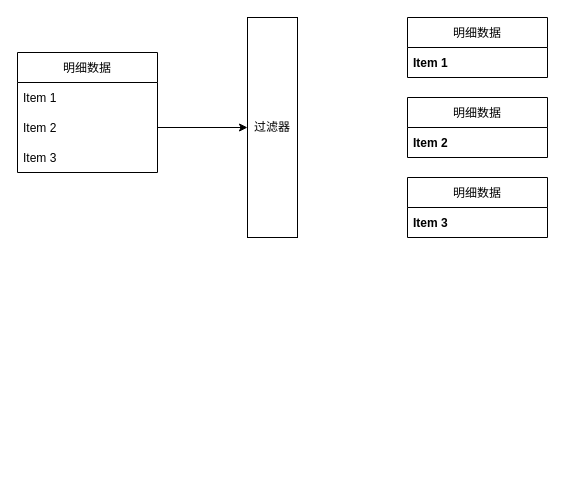
Above: 用户体验预警模型.drawio in ChrisFynnWang/algorithm (draw.io), before the change. Source tidied: cells renumbered, new cells numbered last; positions are measured from the earlier drawing's top-left corner, leaving out a move shared by most shapes. Both pictures are drawn from the tidied source at 100%, with x=0, y=0 at pixel (17, 17).
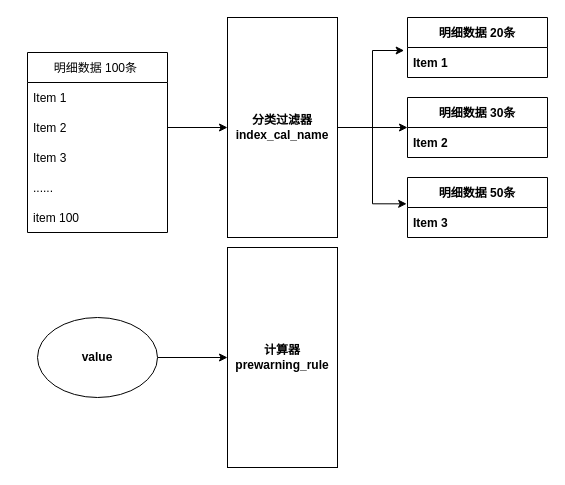
The same diagram, later.

Commit message (it also covers changes not shown here):
更新用户体验预警模型.drawio

The change refers to these unchanged cells:
```xml
<mxCell id="9" value="Item 1" style="text;strokeColor=none;fillColor=none;align=left;verticalAlign=middle;spacingLeft=4;spacingRight=4;overflow=hidden;points=[[0,0.5],[1,0.5]];portConstraint=eastwest;fontStyle=1;" parent="8" vertex="1">
  <mxGeometry y="30" width="140" height="30" as="geometry" />
</mxCell>
<mxCell id="13" value="Item 3" style="text;strokeColor=none;fillColor=none;align=left;verticalAlign=middle;spacingLeft=4;spacingRight=4;overflow=hidden;points=[[0,0.5],[1,0.5]];portConstraint=eastwest;fontStyle=1;" parent="12" vertex="1">
  <mxGeometry y="30" width="140" height="30" as="geometry" />
</mxCell>
```

Change to the diagram source:
```diff
@@
+    <mxCell id="14" style="edgeStyle=orthogonalEdgeStyle;rounded=0;jettySize=auto;html=1;exitX=1;exitY=0.5;exitDx=0;exitDy=0;entryX=-0.024;entryY=0.1;entryDx=0;entryDy=0;entryPerimeter=0;" parent="1" edge="1" source="2" target="9">
+      <mxGeometry relative="1" as="geometry" />
+    </mxCell>
+    <mxCell id="15" style="edgeStyle=orthogonalEdgeStyle;rounded=0;jettySize=auto;html=1;exitX=1;exitY=0.5;exitDx=0;exitDy=0;entryX=0;entryY=0.5;entryDx=0;entryDy=0;" parent="1" edge="1" source="2" target="10">
+      <mxGeometry relative="1" as="geometry" />
+    </mxCell>
+    <mxCell id="16" style="edgeStyle=orthogonalEdgeStyle;rounded=0;jettySize=auto;html=1;exitX=1;exitY=0.5;exitDx=0;exitDy=0;entryX=-0.006;entryY=-0.122;entryDx=0;entryDy=0;entryPerimeter=0;" parent="1" edge="1" source="2" target="13">
+      <mxGeometry relative="1" as="geometry" />
+    </mxCell>
-    <mxCell id="2" value="过滤器" style="rounded=0;whiteSpace=wrap;html=1;" parent="1" vertex="1">
-      <mxGeometry x="230" width="50" height="220" as="geometry" />
+    <mxCell id="2" value="&lt;b&gt;分类过滤器&lt;br&gt;index_cal_name&lt;/b&gt;" style="rounded=0;whiteSpace=wrap;html=1;" parent="1" vertex="1">
+      <mxGeometry x="210" width="110" height="220" as="geometry" />
     </mxCell>
-    <mxCell id="3" value="明细数据" style="swimlane;fontStyle=0;horizontal=1;startSize=30;" parent="1" vertex="1">
-      <mxGeometry y="35" width="140" height="120" as="geometry" />
+    <mxCell id="3" value="明细数据 100条 " style="swimlane;fontStyle=0;horizontal=1;startSize=30;" parent="1" vertex="1">
+      <mxGeometry x="10" y="35" width="140" height="180" as="geometry" />
     </mxCell>
@@
+    <mxCell id="17" value="......" style="text;strokeColor=none;fillColor=none;align=left;verticalAlign=middle;spacingLeft=4;spacingRight=4;overflow=hidden;" parent="3" vertex="1">
+      <mxGeometry y="120" width="140" height="30" as="geometry" />
+    </mxCell>
+    <mxCell id="18" value="item 100" style="text;strokeColor=none;fillColor=none;align=left;verticalAlign=middle;spacingLeft=4;spacingRight=4;overflow=hidden;" parent="3" vertex="1">
+      <mxGeometry y="150" width="140" height="30" as="geometry" />
+    </mxCell>
@@
-    <mxCell id="8" value="明细数据" style="swimlane;fontStyle=0;horizontal=1;startSize=30;" parent="1" vertex="1">
+    <mxCell id="8" value="明细数据 20条" style="swimlane;fontStyle=1;horizontal=1;startSize=30;" parent="1" vertex="1">
       <mxGeometry x="390" width="140" height="60" as="geometry" />
     </mxCell>
@@
-    <mxCell id="10" value="明细数据" style="swimlane;fontStyle=0;horizontal=1;startSize=30;" parent="1" vertex="1">
+    <mxCell id="10" value="明细数据 30条" style="swimlane;fontStyle=1;horizontal=1;startSize=30;" parent="1" vertex="1">
       <mxGeometry x="390" y="80" width="140" height="60" as="geometry" />
     </mxCell>
@@
-    <mxCell id="12" value="明细数据" style="swimlane;fontStyle=0;horizontal=1;startSize=30;" parent="1" vertex="1">
+    <mxCell id="12" value="明细数据 50条" style="swimlane;fontStyle=1;horizontal=1;startSize=30;" parent="1" vertex="1">
       <mxGeometry x="390" y="160" width="140" height="60" as="geometry" />
     </mxCell>
@@
+    <mxCell id="19" style="edgeStyle=orthogonalEdgeStyle;rounded=0;jettySize=auto;html=1;exitX=1;exitY=0.5;exitDx=0;exitDy=0;entryX=0;entryY=0.5;entryDx=0;entryDy=0;" parent="1" edge="1" source="20" target="21">
+      <mxGeometry relative="1" as="geometry" />
+    </mxCell>
+    <mxCell id="20" value="value" style="ellipse;whiteSpace=wrap;html=1;fontStyle=1;" parent="1" vertex="1">
+      <mxGeometry x="20" y="300" width="120" height="80" as="geometry" />
+    </mxCell>
+    <mxCell id="21" value="&lt;b&gt;计算器&lt;/b&gt;&lt;br&gt;&lt;b&gt;prewarning_rule&lt;/b&gt;" style="rounded=0;whiteSpace=wrap;html=1;" parent="1" vertex="1">
+      <mxGeometry x="210" y="230" width="110" height="220" as="geometry" />
+    </mxCell>
```
